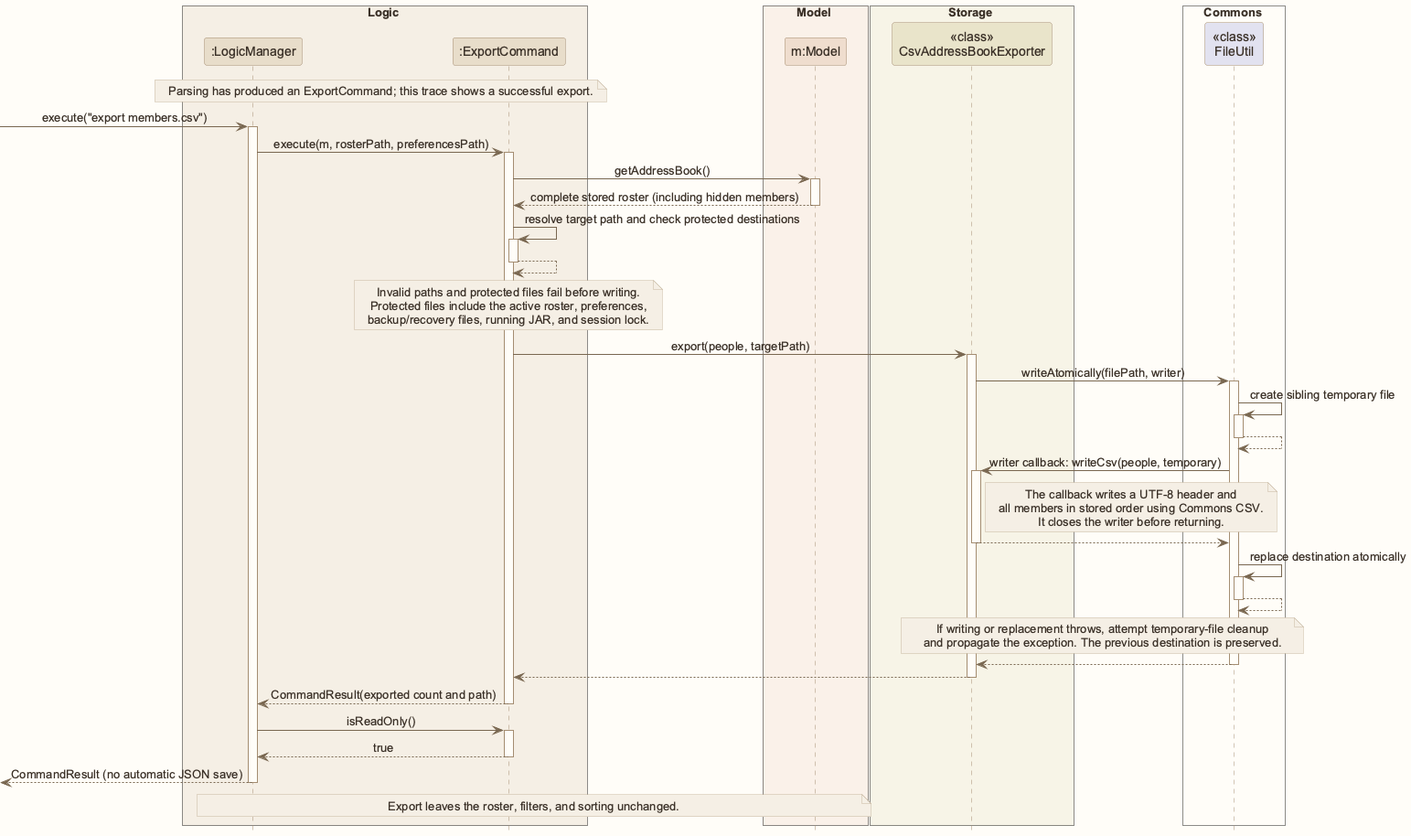
Above: docs/images/CsvExportSequenceDiagram.png in AY2627S1-CS2103T-W12-1/tp (PlantUML), before the change.
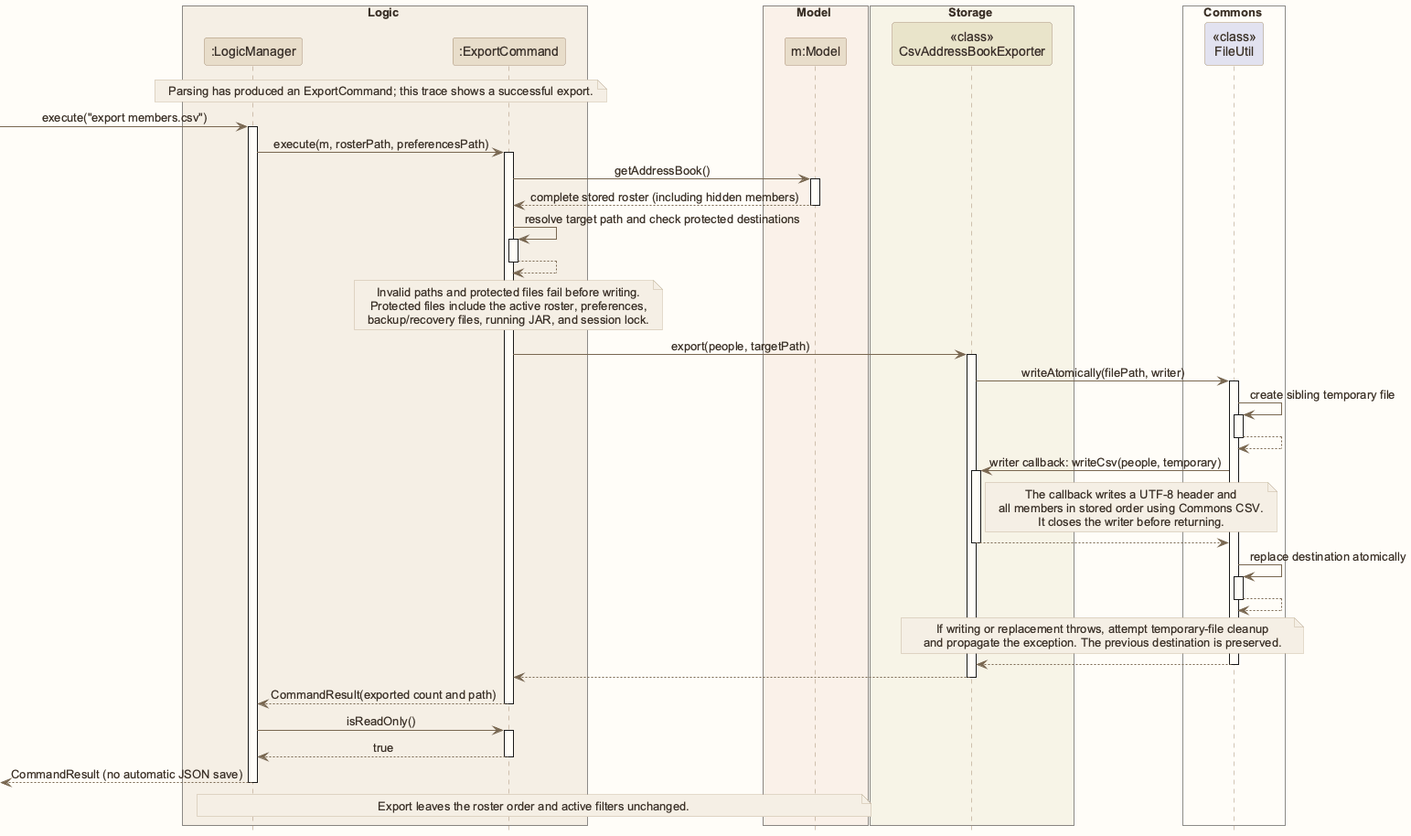
After the commit.

Diff of the diagram source:
```diff
@@ -1,5 +1,4 @@
 @startuml
-!pragma layout smetana
 !include style.puml
 skinparam ArrowFontStyle plain
 
@@ -72,5 +71,5 @@
 deactivate Command
 [<-- Logic : CommandResult (no automatic JSON save)
 deactivate Logic
-note over Logic, Model: Export leaves the roster, filters, and sorting unchanged.
+note over Logic, Model: Export leaves the roster order and active filters unchanged.
 @enduml
```
